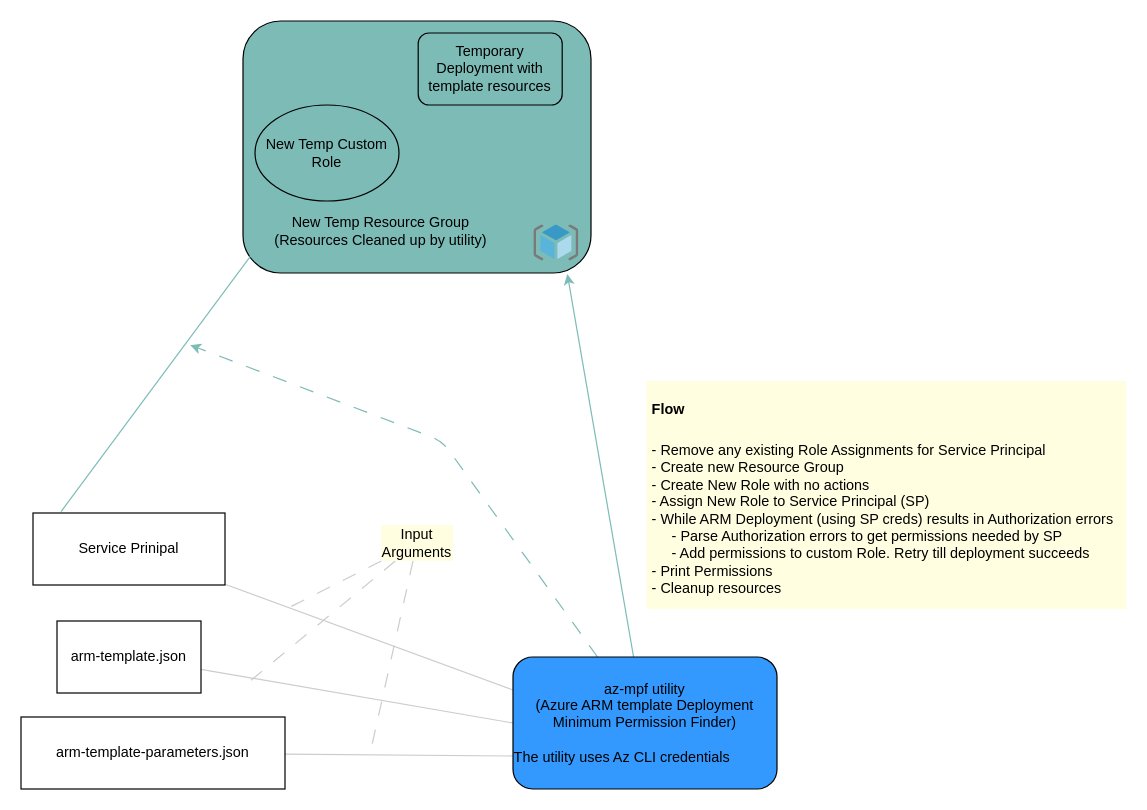
This is docs/overview.drawio from maniSbindra/az-mpf, a draw.io file, before an edit. Source tidied: cells renumbered, new cells numbered last; positions are measured from the earlier drawing's top-left corner, leaving out a move shared by most shapes. Both pictures are drawn from the tidied source at 120%, with x=0, y=0 at pixel (20, 20).
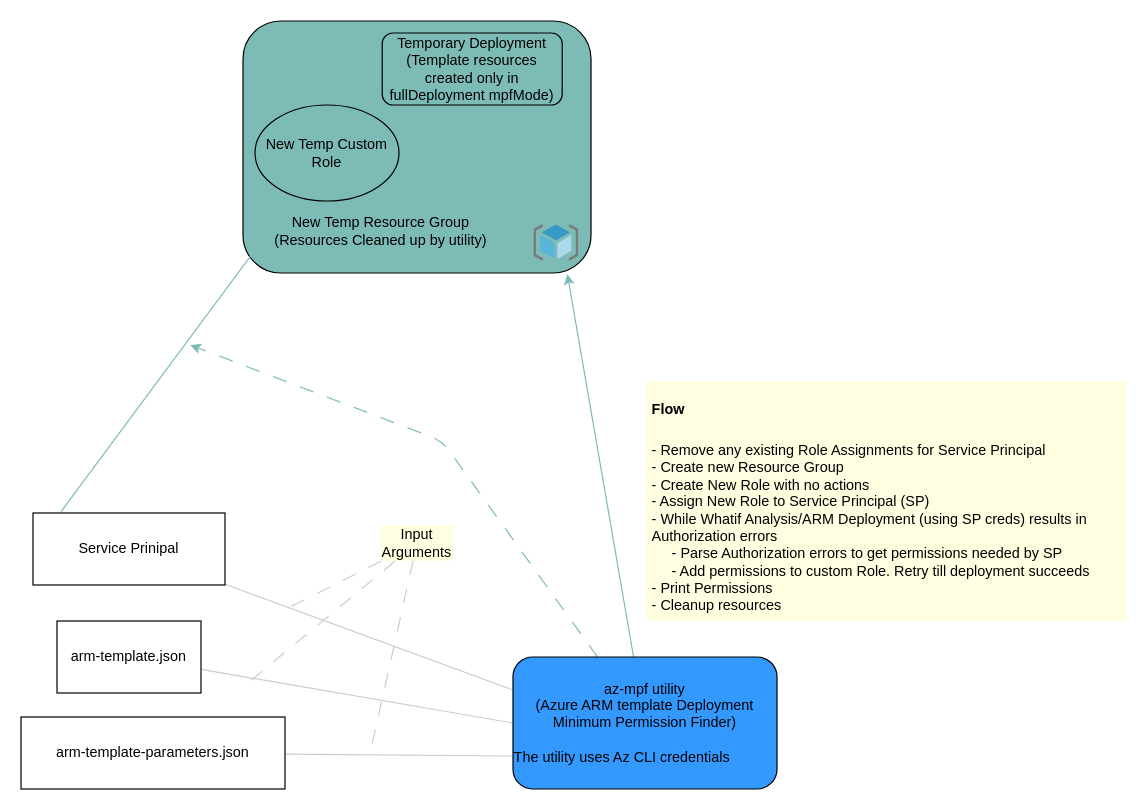
The same diagram, later.

Commit message (it also covers changes not shown here):
Add whatif mode analysis to docs (#14)

What changed in the source:
```diff
@@
-    <mxCell id="20" value="Temporary Deployment with template resources" style="rounded=1;whiteSpace=wrap;html=1;fontColor=#000000;fillColor=#7DBBB7;" parent="1" vertex="1">
-      <mxGeometry x="331" y="10" width="120" height="60" as="geometry" />
+    <mxCell id="20" value="Temporary Deployment (Template resources created only in fullDeployment mpfMode)" style="rounded=1;whiteSpace=wrap;html=1;fontColor=#000000;fillColor=#7DBBB7;" parent="1" vertex="1">
+      <mxGeometry x="301" y="10" width="150" height="60" as="geometry" />
     </mxCell>
-    <mxCell id="21" value="&lt;h1&gt;&lt;span style=&quot;background-color: initial; font-size: 12px;&quot;&gt;Flow&lt;/span&gt;&lt;br&gt;&lt;/h1&gt;&lt;div&gt;&lt;span style=&quot;background-color: initial; font-size: 12px;&quot;&gt;- Remove any existing Role Assignments for Service Principal&lt;/span&gt;&lt;/div&gt;&lt;div&gt;&lt;span style=&quot;background-color: initial; font-size: 12px;&quot;&gt;- Create new Resource Group&lt;/span&gt;&lt;/div&gt;&lt;div&gt;&lt;span style=&quot;background-color: initial; font-size: 12px;&quot;&gt;- Create New Role with no actions&lt;/span&gt;&lt;/div&gt;&lt;div&gt;&lt;span style=&quot;background-color: initial; font-size: 12px;&quot;&gt;- Assign New Role to Service Principal (SP)&lt;/span&gt;&lt;/div&gt;&lt;div&gt;&lt;span style=&quot;background-color: initial; font-size: 12px;&quot;&gt;- While ARM Deployment (using SP creds) results in Authorization errors&lt;/span&gt;&lt;/div&gt;&lt;div&gt;&lt;span style=&quot;background-color: initial; font-size: 12px;&quot;&gt;&amp;nbsp; &amp;nbsp; &amp;nbsp;- Parse Authorization errors to get permissions needed by SP&lt;/span&gt;&lt;/div&gt;&lt;div&gt;&lt;span style=&quot;background-color: initial; font-size: 12px;&quot;&gt;&amp;nbsp; &amp;nbsp; &amp;nbsp;- Add permissions to custom Role. Retry till deployment succeeds&lt;/span&gt;&lt;/div&gt;&lt;div&gt;&lt;span style=&quot;background-color: initial; font-size: 12px;&quot;&gt;- Print Permissions&lt;/span&gt;&lt;/div&gt;&lt;div&gt;&lt;span style=&quot;background-color: initial; font-size: 12px;&quot;&gt;- Cleanup resources&lt;/span&gt;&lt;/div&gt;&lt;div&gt;&lt;span style=&quot;background-color: initial; font-size: 12px;&quot;&gt;&amp;nbsp;&lt;/span&gt;&lt;/div&gt;&lt;div&gt;&lt;span style=&quot;background-color: initial; font-size: 12px;&quot;&gt;&lt;span style=&quot;white-space: pre;&quot;&gt;&#9;&lt;/span&gt;&lt;br&gt;&lt;/span&gt;&lt;/div&gt;" style="text;html=1;strokeColor=none;fillColor=#FFFEE0;spacing=5;spacingTop=-20;whiteSpace=wrap;overflow=hidden;rounded=0;fontColor=#000000;" parent="1" vertex="1">
-      <mxGeometry x="521" y="300" width="400" height="190" as="geometry" />
+    <mxCell id="21" value="&lt;h1&gt;&lt;span style=&quot;background-color: initial; font-size: 12px;&quot;&gt;Flow&lt;/span&gt;&lt;br&gt;&lt;/h1&gt;&lt;div&gt;&lt;span style=&quot;background-color: initial; font-size: 12px;&quot;&gt;- Remove any existing Role Assignments for Service Principal&lt;/span&gt;&lt;/div&gt;&lt;div&gt;&lt;span style=&quot;background-color: initial; font-size: 12px;&quot;&gt;- Create new Resource Group&lt;/span&gt;&lt;/div&gt;&lt;div&gt;&lt;span style=&quot;background-color: initial; font-size: 12px;&quot;&gt;- Create New Role with no actions&lt;/span&gt;&lt;/div&gt;&lt;div&gt;&lt;span style=&quot;background-color: initial; font-size: 12px;&quot;&gt;- Assign New Role to Service Principal (SP)&lt;/span&gt;&lt;/div&gt;&lt;div&gt;&lt;span style=&quot;background-color: initial; font-size: 12px;&quot;&gt;- While Whatif Analysis/ARM Deployment (using SP creds) results in Authorization errors&lt;/span&gt;&lt;/div&gt;&lt;div&gt;&lt;span style=&quot;background-color: initial; font-size: 12px;&quot;&gt;&amp;nbsp; &amp;nbsp; &amp;nbsp;- Parse Authorization errors to get permissions needed by SP&lt;/span&gt;&lt;/div&gt;&lt;div&gt;&lt;span style=&quot;background-color: initial; font-size: 12px;&quot;&gt;&amp;nbsp; &amp;nbsp; &amp;nbsp;- Add permissions to custom Role. Retry till deployment succeeds&lt;/span&gt;&lt;/div&gt;&lt;div&gt;&lt;span style=&quot;background-color: initial; font-size: 12px;&quot;&gt;- Print Permissions&lt;/span&gt;&lt;/div&gt;&lt;div&gt;&lt;span style=&quot;background-color: initial; font-size: 12px;&quot;&gt;- Cleanup resources&lt;/span&gt;&lt;/div&gt;&lt;div&gt;&lt;span style=&quot;background-color: initial; font-size: 12px;&quot;&gt;&amp;nbsp;&lt;/span&gt;&lt;/div&gt;&lt;div&gt;&lt;span style=&quot;background-color: initial; font-size: 12px;&quot;&gt;&lt;span style=&quot;white-space: pre;&quot;&gt;&#9;&lt;/span&gt;&lt;br&gt;&lt;/span&gt;&lt;/div&gt;" style="text;html=1;strokeColor=none;fillColor=#FFFEE0;spacing=5;spacingTop=-20;whiteSpace=wrap;overflow=hidden;rounded=0;fontColor=#000000;" parent="1" vertex="1">
+      <mxGeometry x="521" y="300" width="400" height="200" as="geometry" />
     </mxCell>
```
